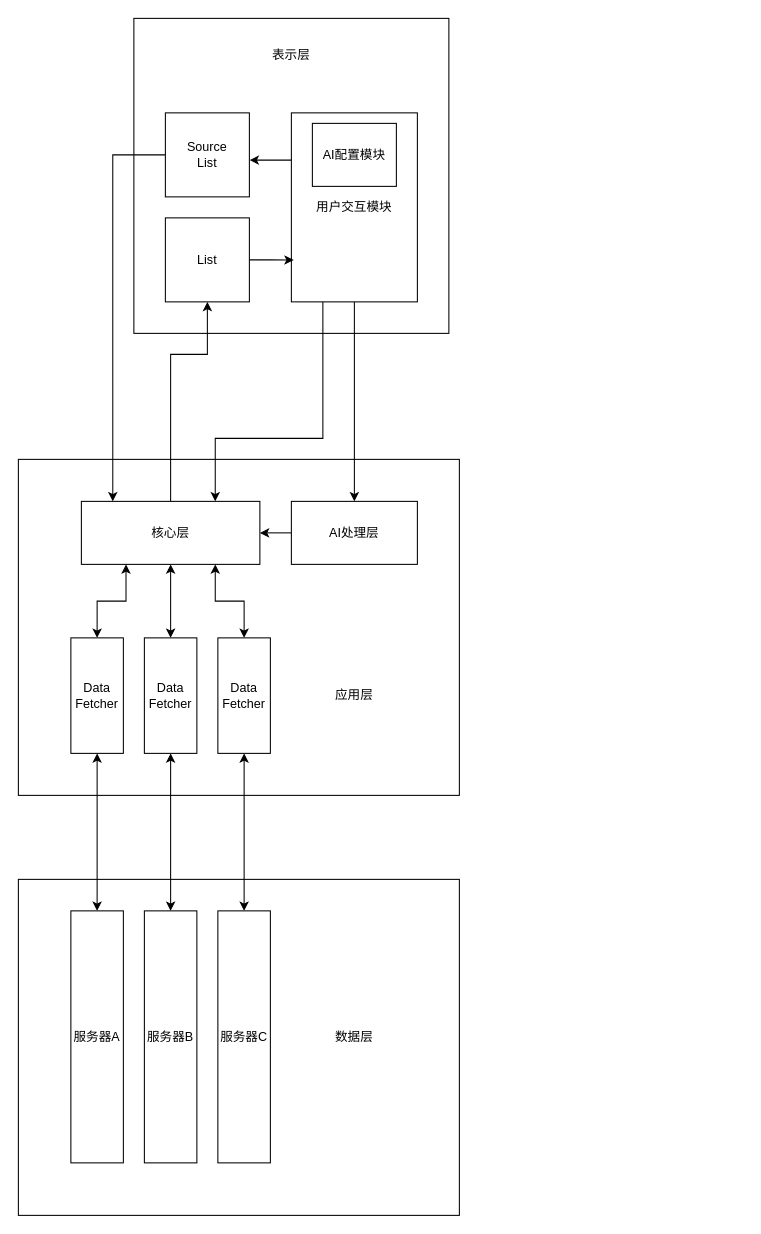
RimLutienpeist/Draw_io_Repo keeps this draw.io diagram as 总体设计.drawio. Above is the earlier version. Source tidied: cells renumbered, new cells numbered last; positions are measured from the earlier drawing's top-left corner, leaving out a move shared by most shapes. Both pictures are drawn from the tidied source at 105%, with x=0, y=0 at pixel (18, 18).
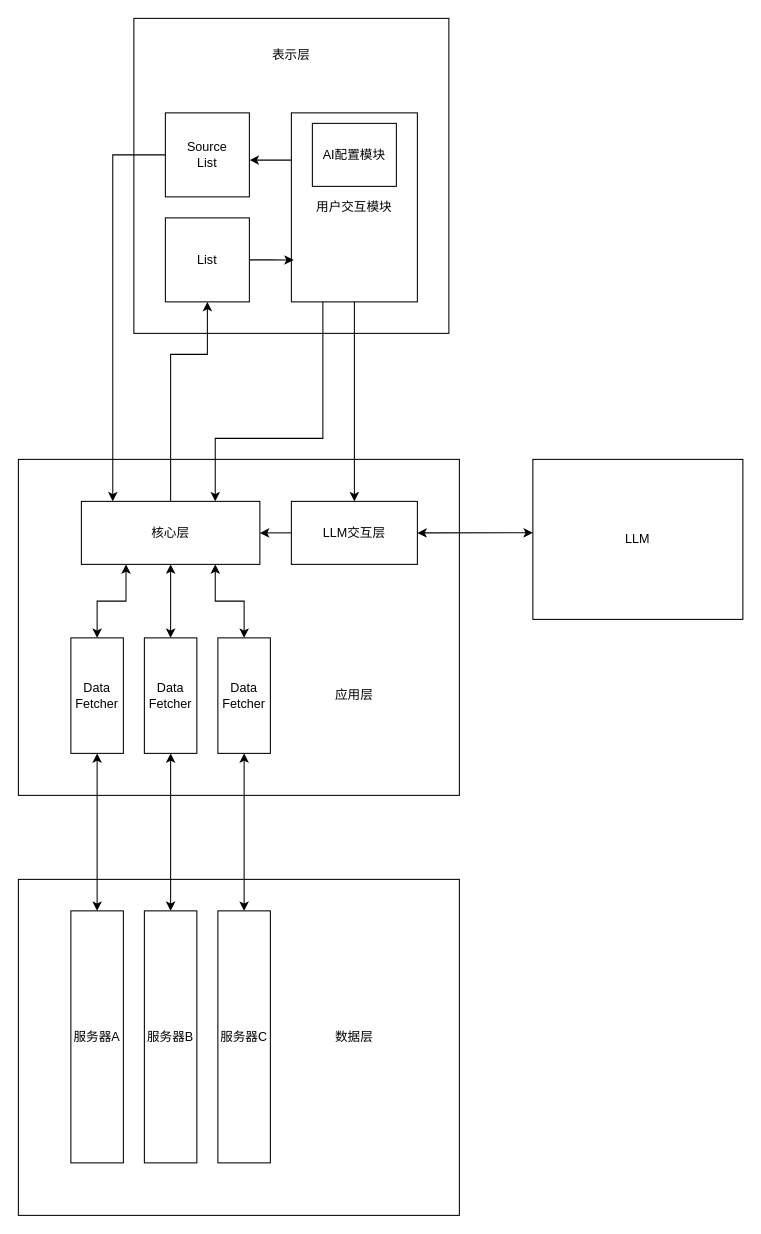
The same diagram, later.

Commit message (it also covers changes not shown here):
更新总体设计.drawio

What changed in the source:
```diff
@@
-    <mxCell id="13" value="AI处理层" style="rounded=0;whiteSpace=wrap;html=1;" parent="1" vertex="1">
+    <mxCell id="13" value="LLM交互层" style="rounded=0;whiteSpace=wrap;html=1;" parent="1" vertex="1">
       <mxGeometry x="260" y="460" width="120" height="60" as="geometry" />
     </mxCell>
@@
+    <mxCell id="33" value="LLM" style="rounded=0;whiteSpace=wrap;html=1;" parent="1" vertex="1">
+      <mxGeometry x="490" y="420" width="200" height="152.4" as="geometry" />
+    </mxCell>
+    <mxCell id="34" style="edgeStyle=orthogonalEdgeStyle;rounded=0;jettySize=auto;html=1;exitX=1;exitY=0.5;exitDx=0;exitDy=0;entryX=0;entryY=0.459;entryDx=0;entryDy=0;entryPerimeter=0;startArrow=classic;startFill=1;" parent="1" edge="1" source="13" target="33">
+      <mxGeometry relative="1" as="geometry" />
+    </mxCell>
```
